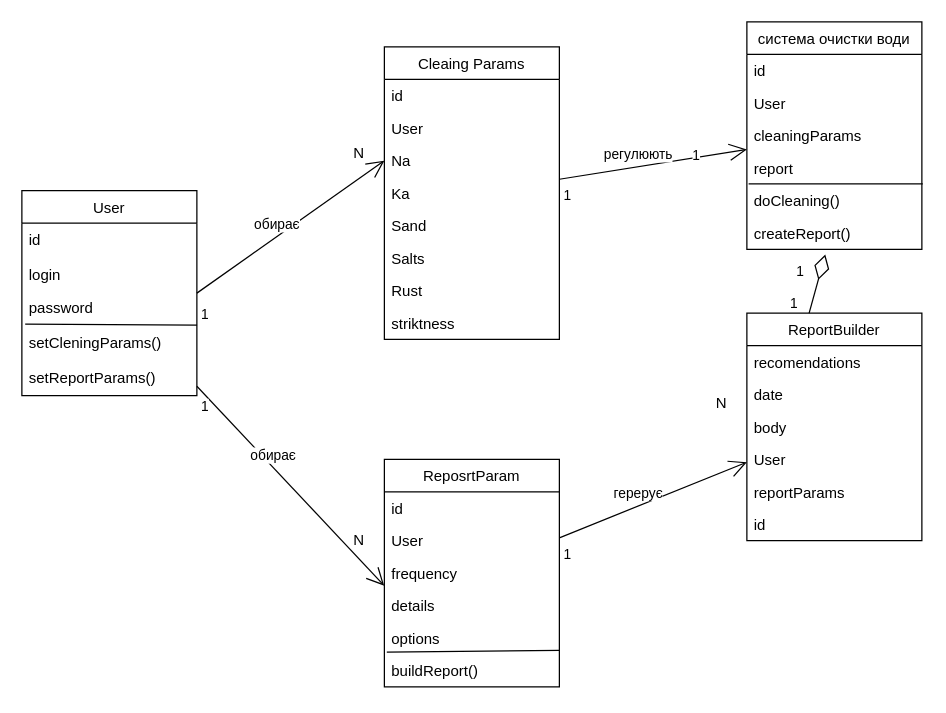
Above: 2-SoftwareDesign/2.5-UMLProgramClasses/UML (1).drawio in oleksandrblazhko/ai-215-palamarchuk (draw.io), before the change. Source tidied: cells renumbered, new cells numbered last; positions are measured from the earlier drawing's top-left corner, leaving out a move shared by most shapes. Both pictures are drawn from the tidied source at 125%, with x=0, y=0 at pixel (21, 21).
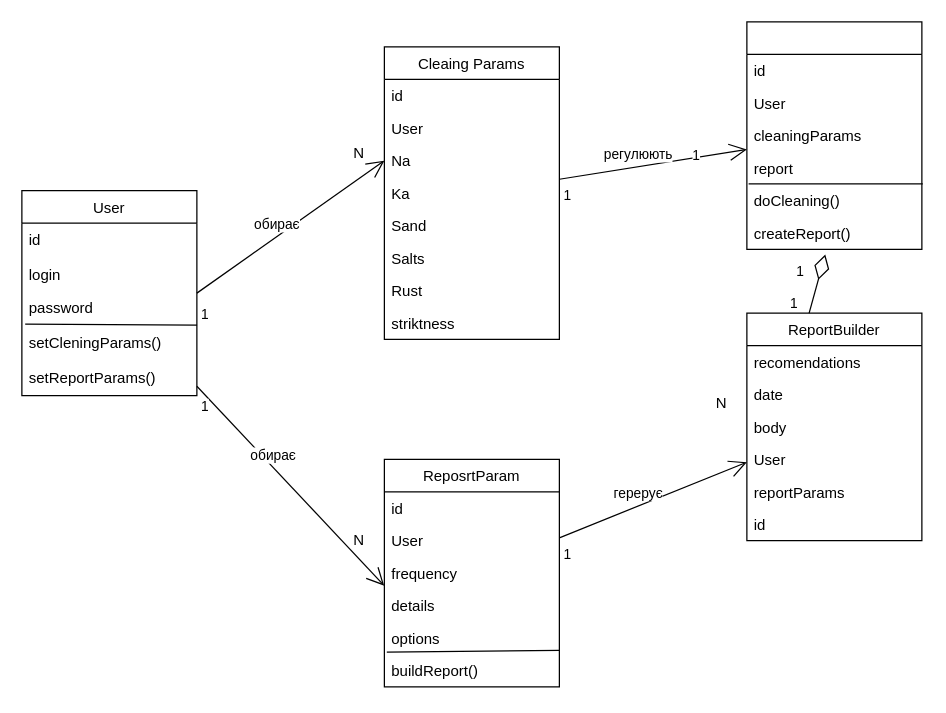
Above is the later version.

What changed in the source:
```diff
@@
-    <mxCell id="21" value="система очистки води" style="swimlane;fontStyle=0;horizontal=1;startSize=26;fillColor=none;" parent="1" vertex="1">
+    <mxCell id="21" style="swimlane;fontStyle=0;horizontal=1;startSize=26;fillColor=none;" parent="1" vertex="1">
       <mxGeometry x="580" width="140" height="182" as="geometry" />
     </mxCell>
```
